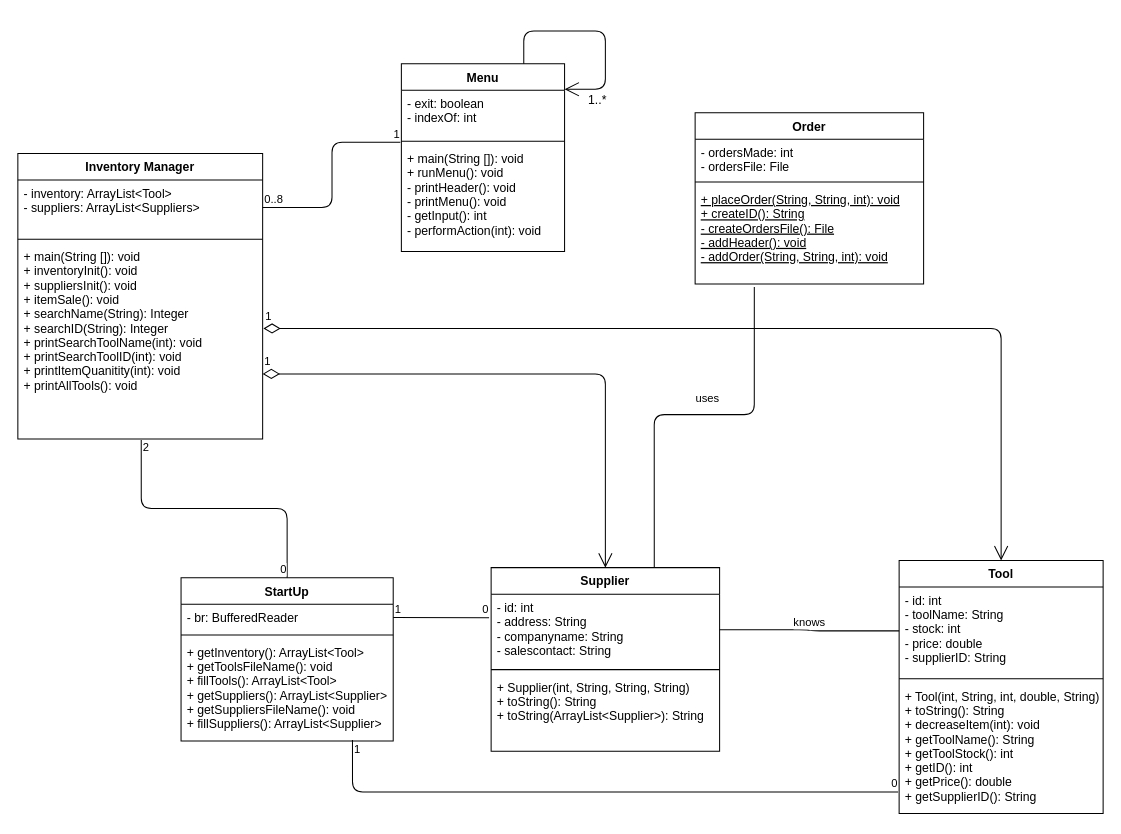
nachacin/ENSF-409-Projects keeps this draw.io diagram as Lab 2/Exercise 3/Exercise 3.drawio. Above is the earlier version. Source tidied: cells renumbered, new cells numbered last; positions are measured from the earlier drawing's top-left corner, leaving out a move shared by most shapes. Both pictures are drawn from the tidied source at 102%, with x=0, y=0 at pixel (17, 31).
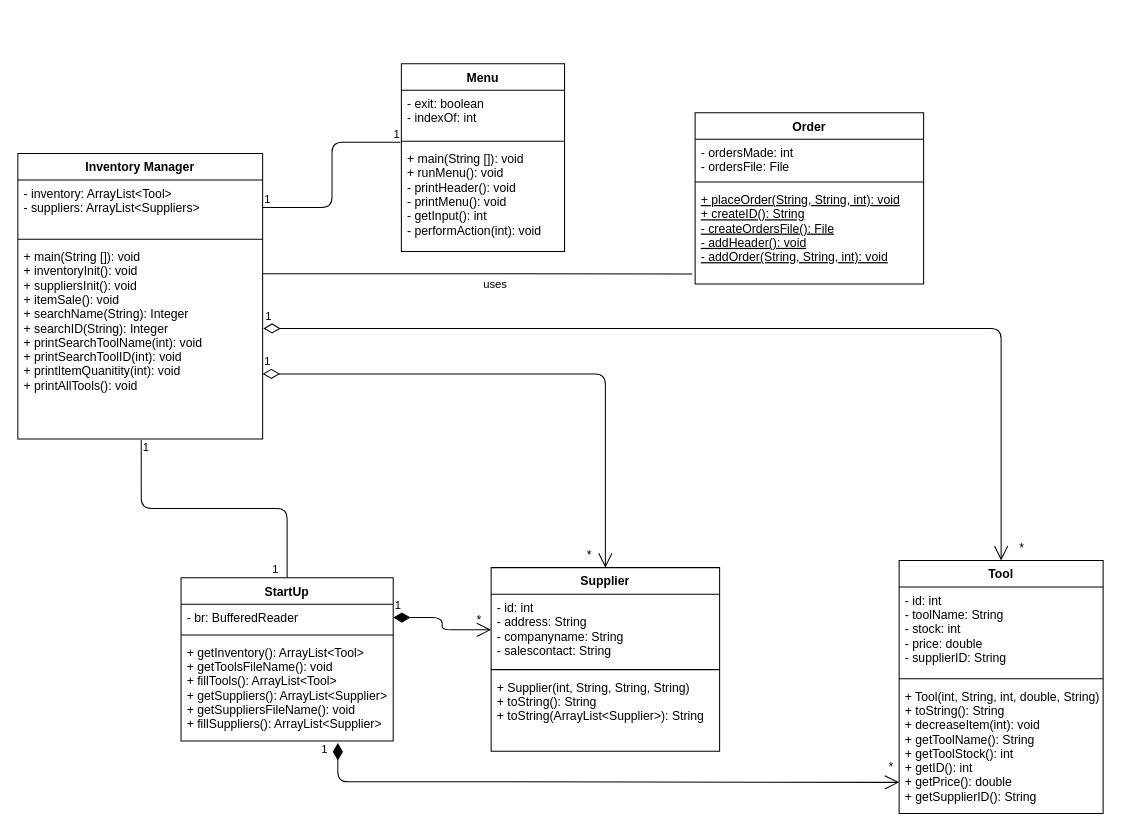
The same diagram, later.

The change refers to these unchanged cells:
```xml
<mxCell id="5" value="+ main(String []): void&#10;+ inventoryInit(): void&#10;+ suppliersInit(): void&#10;+ itemSale(): void&#10;+ searchName(String): Integer&#10;+ searchID(String): Integer&#10;+ printSearchToolName(int): void&#10;+ printSearchToolID(int): void&#10;+ printItemQuanitity(int): void&#10;+ printAllTools(): void" style="text;strokeColor=none;fillColor=none;align=left;verticalAlign=top;spacingLeft=4;spacingRight=4;overflow=hidden;points=[[0,0.5],[1,0.5]];portConstraint=eastwest;" parent="2" vertex="1">
  <mxGeometry y="88" width="240" height="192" as="geometry" />
</mxCell>
<mxCell id="6" value="Menu" style="swimlane;fontStyle=1;align=center;verticalAlign=top;horizontal=1;startSize=26;" parent="1" vertex="1">
  <mxGeometry x="376" y="32" width="160" height="184" as="geometry" />
</mxCell>
<mxCell id="7" value="- exit: boolean&#10;- indexOf: int" style="text;strokeColor=none;fillColor=none;align=left;verticalAlign=top;spacingLeft=4;spacingRight=4;overflow=hidden;points=[[0,0.5],[1,0.5]];portConstraint=eastwest;" parent="6" vertex="1">
  <mxGeometry y="26" width="160" height="46" as="geometry" />
</mxCell>
<mxCell id="12" value="- br: BufferedReader" style="text;strokeColor=none;fillColor=none;align=left;verticalAlign=top;spacingLeft=4;spacingRight=4;overflow=hidden;points=[[0,0.5],[1,0.5]];portConstraint=eastwest;" parent="11" vertex="1">
  <mxGeometry y="26" width="208" height="26" as="geometry" />
</mxCell>
<mxCell id="14" value="+ getInventory(): ArrayList&lt;Tool&gt;&#10;+ getToolsFileName(): void&#10;+ fillTools(): ArrayList&lt;Tool&gt;&#10;+ getSuppliers(): ArrayList&lt;Supplier&gt;&#10;+ getSuppliersFileName(): void&#10;+ fillSuppliers(): ArrayList&lt;Supplier&gt;&#10;" style="text;strokeColor=none;fillColor=none;align=left;verticalAlign=top;spacingLeft=4;spacingRight=4;overflow=hidden;points=[[0,0.5],[1,0.5]];portConstraint=eastwest;" parent="11" vertex="1">
  <mxGeometry y="60" width="208" height="100" as="geometry" />
</mxCell>
<mxCell id="18" value="+ placeOrder(String, String, int): void&#10;+ createID(): String&#10;- createOrdersFile(): File&#10;- addHeader(): void&#10;- addOrder(String, String, int): void&#10;" style="text;strokeColor=none;fillColor=none;align=left;verticalAlign=top;spacingLeft=4;spacingRight=4;overflow=hidden;points=[[0,0.5],[1,0.5]];portConstraint=eastwest;fontStyle=4;" parent="15" vertex="1">
  <mxGeometry y="72" width="224" height="96" as="geometry" />
</mxCell>
<mxCell id="19" value="Supplier" style="swimlane;fontStyle=1;align=center;verticalAlign=top;horizontal=1;startSize=26;" parent="1" vertex="1">
  <mxGeometry x="464" y="526" width="224" height="180" as="geometry" />
</mxCell>
<mxCell id="20" value="- id: int&#10;- address: String&#10;- companyname: String&#10;- salescontact: String" style="text;strokeColor=none;fillColor=none;align=left;verticalAlign=top;spacingLeft=4;spacingRight=4;overflow=hidden;points=[[0,0.5],[1,0.5]];portConstraint=eastwest;" parent="19" vertex="1">
  <mxGeometry y="26" width="224" height="70" as="geometry" />
</mxCell>
<mxCell id="24" value="- id: int&#10;- toolName: String&#10;- stock: int&#10;- price: double&#10;- supplierID: String" style="text;strokeColor=none;fillColor=none;align=left;verticalAlign=top;spacingLeft=4;spacingRight=4;overflow=hidden;points=[[0,0.5],[1,0.5]];portConstraint=eastwest;" parent="23" vertex="1">
  <mxGeometry y="26" width="200" height="86" as="geometry" />
</mxCell>
<mxCell id="26" value="+ Tool(int, String, int, double, String)&#10;+ toString(): String&#10;+ decreaseItem(int): void&#10;+ getToolName(): String&#10;+ getToolStock(): int&#10;+ getID(): int&#10;+ getPrice(): double&#10;+ getSupplierID(): String" style="text;strokeColor=none;fillColor=none;align=left;verticalAlign=top;spacingLeft=4;spacingRight=4;overflow=hidden;points=[[0,0.5],[1,0.5]];portConstraint=eastwest;" parent="23" vertex="1">
  <mxGeometry y="120" width="200" height="128" as="geometry" />
</mxCell>
<mxCell id="27" style="endArrow=none;html=1;edgeStyle=orthogonalEdgeStyle;exitX=1;exitY=0.5;exitDx=0;exitDy=0;entryX=-0.006;entryY=-0.029;entryDx=0;entryDy=0;entryPerimeter=0;" parent="1" edge="1" source="3" target="9">
  <mxGeometry relative="1" as="geometry" />
</mxCell>
<mxCell id="39" style="endArrow=none;html=1;edgeStyle=orthogonalEdgeStyle;exitX=0.504;exitY=1.005;exitDx=0;exitDy=0;exitPerimeter=0;entryX=0.5;entryY=0;entryDx=0;entryDy=0;" parent="1" edge="1" source="5" target="11">
  <mxGeometry relative="1" as="geometry" />
</mxCell>
```

What changed in the source:
```diff
@@
-    <mxCell id="10" style="endArrow=open;endFill=1;endSize=12;html=1;exitX=0.75;exitY=0;exitDx=0;exitDy=0;entryX=1;entryY=-0.022;entryDx=0;entryDy=0;entryPerimeter=0;" parent="6" edge="1" source="6" target="7">
-      <mxGeometry relative="1" as="geometry">
-        <Array as="points">
-          <mxPoint x="120" y="-32" />
-          <mxPoint x="200" y="-32" />
-          <mxPoint x="200" y="25" />
-        </Array>
-      </mxGeometry>
-    </mxCell>
@@
-    <mxCell id="28" value="0..8" style="edgeLabel;html=1;align=left;verticalAlign=bottom;" parent="27" vertex="1">
+    <mxCell id="28" value="1" style="edgeLabel;html=1;align=left;verticalAlign=bottom;" parent="27" vertex="1">
       <mxGeometry x="-1" relative="1" as="geometry" />
     </mxCell>
@@
-    <mxCell id="30" value="1..*" style="text;html=1;align=center;verticalAlign=middle;strokeColor=none;" parent="1" vertex="1">
-      <mxGeometry x="552" y="56" width="32" height="24" as="geometry" />
-    </mxCell>
@@
-    <mxCell id="32" style="endArrow=none;html=1;edgeStyle=orthogonalEdgeStyle;exitX=1;exitY=0.5;exitDx=0;exitDy=0;entryX=-0.009;entryY=0.329;entryDx=0;entryDy=0;entryPerimeter=0;" parent="1" edge="1" source="12" target="20">
-      <mxGeometry relative="1" as="geometry" />
-    </mxCell>
-    <mxCell id="33" value="1" style="edgeLabel;html=1;align=left;verticalAlign=bottom;" parent="32" vertex="1">
-      <mxGeometry x="-1" relative="1" as="geometry" />
-    </mxCell>
-    <mxCell id="34" value="0" style="edgeLabel;html=1;align=right;verticalAlign=bottom;" parent="32" vertex="1">
-      <mxGeometry x="1" relative="1" as="geometry" />
-    </mxCell>
-    <mxCell id="35" style="endArrow=none;html=1;edgeStyle=orthogonalEdgeStyle;exitX=0.808;exitY=0.99;exitDx=0;exitDy=0;exitPerimeter=0;entryX=-0.005;entryY=0.836;entryDx=0;entryDy=0;entryPerimeter=0;" parent="1" edge="1" source="14" target="26">
-      <mxGeometry relative="1" as="geometry" />
-    </mxCell>
-    <mxCell id="36" value="1" style="edgeLabel;html=1;align=left;verticalAlign=bottom;" parent="35" vertex="1">
-      <mxGeometry x="-1" relative="1" as="geometry">
-        <mxPoint y="17" as="offset" />
-      </mxGeometry>
-    </mxCell>
-    <mxCell id="37" value="0" style="edgeLabel;html=1;align=right;verticalAlign=bottom;" parent="35" vertex="1">
-      <mxGeometry x="1" relative="1" as="geometry" />
-    </mxCell>
@@
-    <mxCell id="40" value="2" style="edgeLabel;html=1;align=left;verticalAlign=bottom;" parent="39" vertex="1">
+    <mxCell id="40" value="1" style="edgeLabel;html=1;align=left;verticalAlign=bottom;" parent="39" vertex="1">
       <mxGeometry x="-1" relative="1" as="geometry">
         <mxPoint y="15" as="offset" />
       </mxGeometry>
     </mxCell>
-    <mxCell id="41" value="0" style="edgeLabel;html=1;align=right;verticalAlign=bottom;" parent="39" vertex="1">
-      <mxGeometry x="1" relative="1" as="geometry" />
+    <mxCell id="41" value="1" style="edgeLabel;html=1;align=right;verticalAlign=bottom;" parent="39" vertex="1">
+      <mxGeometry x="1" relative="1" as="geometry">
+        <mxPoint x="-8" as="offset" />
+      </mxGeometry>
     </mxCell>
-    <mxCell id="42" style="endArrow=none;html=1;edgeStyle=orthogonalEdgeStyle;exitX=0.714;exitY=0;exitDx=0;exitDy=0;exitPerimeter=0;entryX=0.259;entryY=1.031;entryDx=0;entryDy=0;entryPerimeter=0;" parent="1" edge="1" source="19" target="18">
-      <mxGeometry relative="1" as="geometry">
-        <Array as="points">
-          <mxPoint x="624" y="376" />
-          <mxPoint x="722" y="376" />
-        </Array>
-      </mxGeometry>
-    </mxCell>
+    <mxCell id="46" value="*" style="text;html=1;align=center;verticalAlign=middle;strokeColor=none;" parent="1" vertex="1">
+      <mxGeometry x="976" y="495" width="16" height="24" as="geometry" />
+    </mxCell>
+    <mxCell id="47" value="*" style="text;html=1;align=center;verticalAlign=middle;strokeColor=none;" parent="1" vertex="1">
+      <mxGeometry x="552" y="502" width="16" height="24" as="geometry" />
+    </mxCell>
+    <mxCell id="48" style="endArrow=none;html=1;edgeStyle=orthogonalEdgeStyle;exitX=1;exitY=0.156;exitDx=0;exitDy=0;exitPerimeter=0;entryX=-0.013;entryY=0.896;entryDx=0;entryDy=0;entryPerimeter=0;" parent="1" edge="1" source="5" target="18">
+      <mxGeometry relative="1" as="geometry" />
+    </mxCell>
-    <mxCell id="43" value="uses" style="edgeLabel;html=1;align=right;verticalAlign=bottom;" parent="42" vertex="1">
+    <mxCell id="43" value="uses" style="edgeLabel;html=1;align=right;verticalAlign=bottom;" parent="48" vertex="1">
       <mxGeometry x="1" relative="1" as="geometry">
-        <mxPoint x="-34" y="117" as="offset" />
+        <mxPoint x="-181" y="18" as="offset" />
       </mxGeometry>
     </mxCell>
-    <mxCell id="44" style="endArrow=none;html=1;edgeStyle=orthogonalEdgeStyle;entryX=0;entryY=0.5;entryDx=0;entryDy=0;exitX=1;exitY=0.5;exitDx=0;exitDy=0;" parent="1" edge="1" source="20" target="24">
-      <mxGeometry relative="1" as="geometry" />
-    </mxCell>
-    <mxCell id="45" value="knows" style="edgeLabel;html=1;align=right;verticalAlign=bottom;" parent="44" vertex="1">
-      <mxGeometry x="1" relative="1" as="geometry">
-        <mxPoint x="-72" as="offset" />
-      </mxGeometry>
-    </mxCell>
+    <mxCell id="32" value="1" style="endArrow=open;html=1;endSize=12;startArrow=diamondThin;startSize=14;startFill=1;edgeStyle=orthogonalEdgeStyle;align=left;verticalAlign=bottom;entryX=0;entryY=0.5;entryDx=0;entryDy=0;exitX=1;exitY=0.5;exitDx=0;exitDy=0;" parent="1" edge="1" source="12" target="20">
+      <mxGeometry x="-1" y="3" relative="1" as="geometry" />
+    </mxCell>
+    <mxCell id="49" value="*" style="text;html=1;align=center;verticalAlign=middle;strokeColor=none;" parent="1" vertex="1">
+      <mxGeometry x="444" y="566" width="16" height="24" as="geometry" />
+    </mxCell>
+    <mxCell id="35" value="1" style="endArrow=open;html=1;endSize=12;startArrow=diamondThin;startSize=14;startFill=1;edgeStyle=orthogonalEdgeStyle;align=left;verticalAlign=bottom;entryX=0;entryY=0.762;entryDx=0;entryDy=0;exitX=0.739;exitY=1.02;exitDx=0;exitDy=0;exitPerimeter=0;entryPerimeter=0;" parent="1" edge="1" source="14" target="26">
+      <mxGeometry x="-0.95" y="-18" relative="1" as="geometry">
+        <Array as="points">
+          <mxPoint x="314" y="736" />
+          <mxPoint x="472" y="736" />
+        </Array>
+      </mxGeometry>
+    </mxCell>
+    <mxCell id="50" value="*" style="text;html=1;align=center;verticalAlign=middle;strokeColor=none;" parent="1" vertex="1">
+      <mxGeometry x="848" y="710" width="16" height="24" as="geometry" />
+    </mxCell>
```
